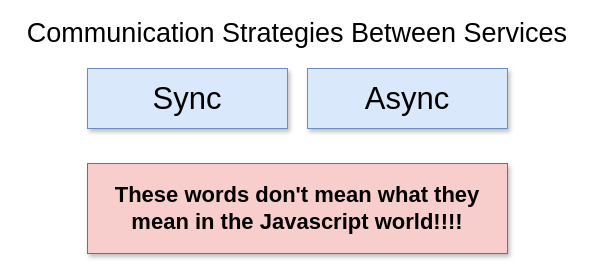
The draw.io diagram page "03 - data" (2 of 16) of week-8/microservices/diagrams/01/03.drawio in nagcloudlab/batch2, before the edit. Source tidied: cells renumbered, new cells numbered last; positions are measured from the earlier drawing's top-left corner, leaving out a move shared by most shapes. Both pictures are drawn from the tidied source at 100%, with x=0, y=0 at pixel (17, 23).
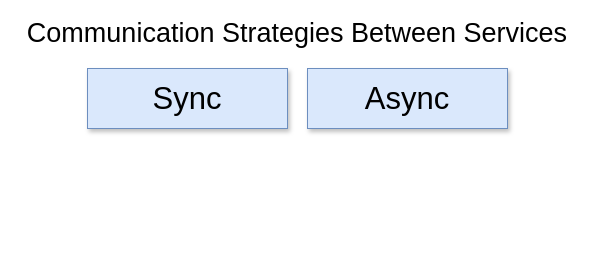
The same page after the edit.

What changed in the source:
```diff
@@
 <mxGraphModel>
   <root>
     <mxCell id="0" />
     <mxCell id="1" parent="0" />
     <mxCell id="2" value="Communication Strategies Between Services" style="text;html=1;strokeColor=none;fillColor=none;align=center;verticalAlign=middle;whiteSpace=wrap;rounded=0;fontSize=27;" parent="1" vertex="1">
       <mxGeometry width="560" height="20" as="geometry" />
     </mxCell>
     <mxCell id="3" value="Sync" style="rounded=0;whiteSpace=wrap;html=1;fontSize=31;fillColor=#dae8fc;strokeColor=#6c8ebf;shadow=1;" parent="1" vertex="1">
       <mxGeometry x="70" y="45" width="200" height="60" as="geometry" />
     </mxCell>
     <mxCell id="4" value="Async" style="rounded=0;whiteSpace=wrap;html=1;fontSize=31;fillColor=#dae8fc;strokeColor=#6c8ebf;shadow=1;" parent="1" vertex="1">
       <mxGeometry x="290" y="45" width="200" height="60" as="geometry" />
     </mxCell>
-    <mxCell id="5" value="These words don't mean what they mean in the Javascript world!!!!" style="rounded=0;whiteSpace=wrap;html=1;fontSize=22;fillColor=#f8cecc;strokeColor=#b85450;shadow=1;fontStyle=1;" parent="1" vertex="1">
-      <mxGeometry x="70" y="140" width="420" height="90" as="geometry" />
-    </mxCell>
   </root>
 </mxGraphModel>
```
